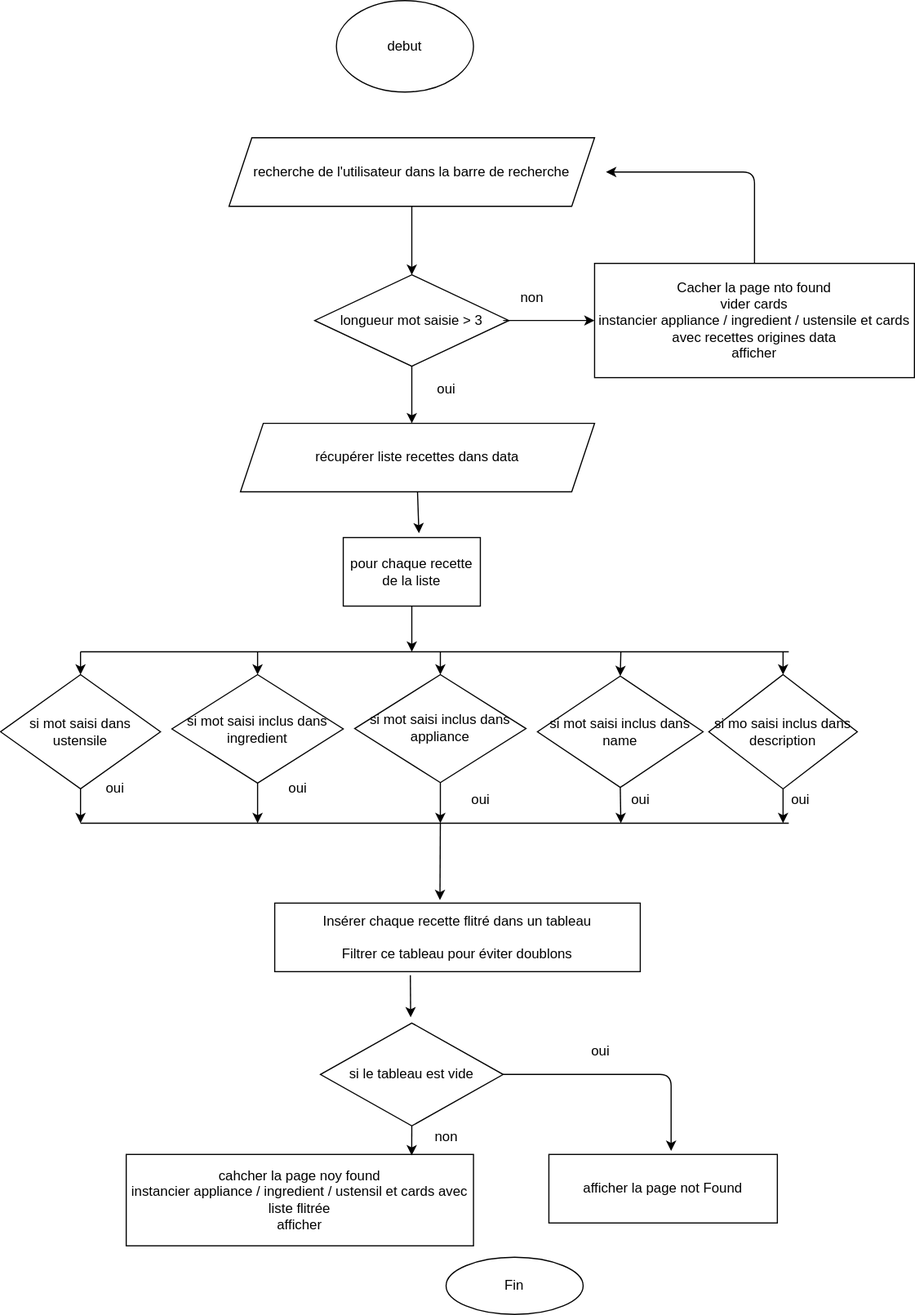
Before: draw/diagramm1.drawio.svg, a diagram exported from draw.io (nivorako/P11-front-end-search-engine). Source tidied: cells renumbered, new cells last; positions are measured from the earlier drawing's top-left corner, leaving out a move shared by most shapes.
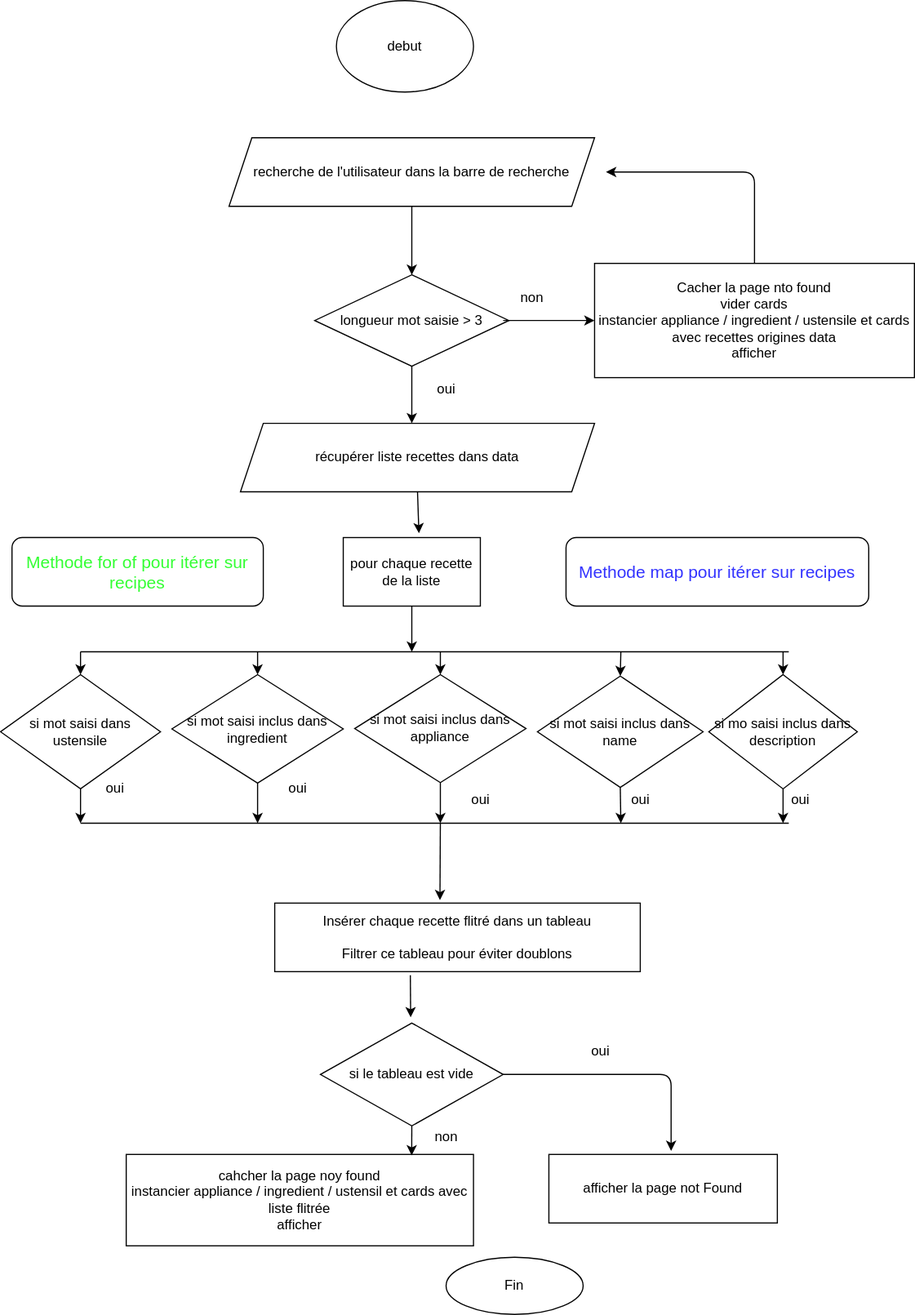
Later version of the same file.

Commit message:
complete draw.io, set second method map on search function

Diff of the diagram source:
```diff
@@ -188,5 +188,11 @@
         </Array>
       </mxGeometry>
     </mxCell>
+    <mxCell id="49" value="&lt;font style=&quot;font-size: 15px&quot; color=&quot;#33ff33&quot;&gt;Methode for of pour itérer sur recipes&lt;/font&gt;" style="rounded=1;whiteSpace=wrap;html=1;" parent="1" vertex="1">
+      <mxGeometry x="10" y="470" width="220" height="60" as="geometry" />
+    </mxCell>
+    <mxCell id="50" value="&lt;font color=&quot;#3333ff&quot;&gt;Methode map pour itérer sur recipes&lt;/font&gt;" style="rounded=1;whiteSpace=wrap;html=1;fontSize=15;fontColor=#33FF33;" parent="1" vertex="1">
+      <mxGeometry x="495" y="470" width="265" height="60" as="geometry" />
+    </mxCell>
   </root>
 </mxGraphModel>
```
